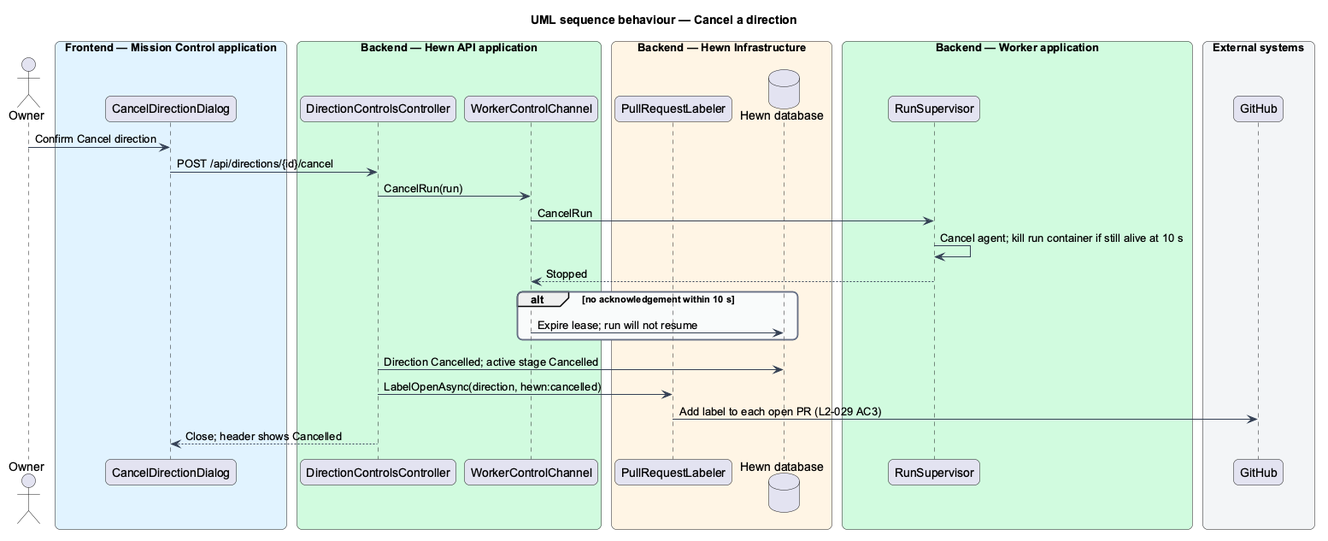
The PlantUML diagram docs/detailed-designs/pipeline/pause-resume-cancel-stop/diagrams/sequence-cancel.png in QuinntyneBrown/hewn, before a commit.
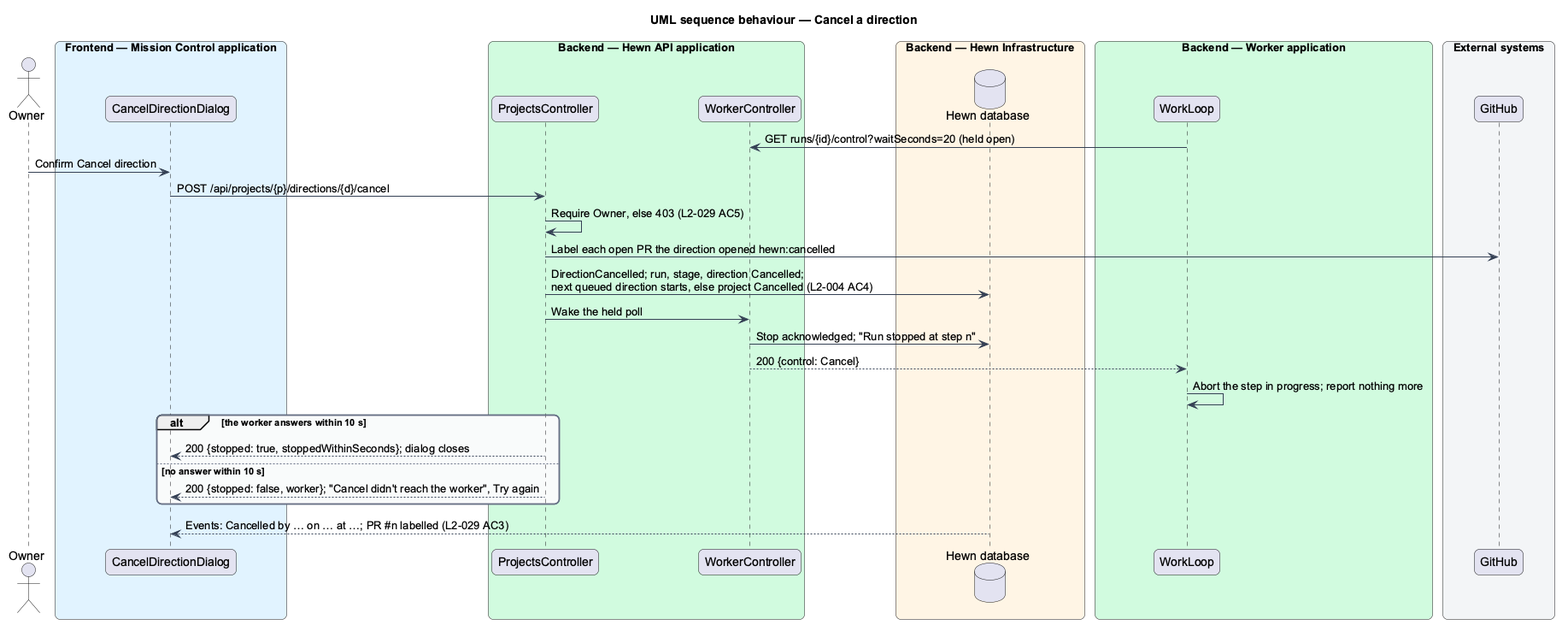
The same file after the commit.

The edit, as a diff of the source:
```diff
@@ -20,30 +20,32 @@
   participant "CancelDirectionDialog" as dlg
 end box
 box "Backend — Hewn API application" #D1FADF
-  participant "DirectionControlsController" as dc
-  participant "WorkerControlChannel" as chan
+  participant "ProjectsController" as dc
+  participant "WorkerController" as wc
 end box
 box "Backend — Hewn Infrastructure" #FFF4E5
-  participant "PullRequestLabeler" as labeler
   database "Hewn database" as db
 end box
 box "Backend — Worker application" #D1FADF
-  participant "RunSupervisor" as sup
+  participant "WorkLoop" as loop
 end box
 box "External systems" #F2F4F7
   participant "GitHub" as gh
 end box
+loop -> wc : GET runs/{id}/control?waitSeconds=20 (held open)
 owner -> dlg : Confirm Cancel direction
-dlg -> dc : POST /api/directions/{id}/cancel
-dc -> chan : CancelRun(run)
-chan -> sup : CancelRun
-sup -> sup : Cancel agent; kill run container if still alive at 10 s
-sup --> chan : Stopped
-alt no acknowledgement within 10 s
-  chan -> db : Expire lease; run will not resume
+dlg -> dc : POST /api/projects/{p}/directions/{d}/cancel
+dc -> dc : Require Owner, else 403 (L2-029 AC5)
+dc -> gh : Label each open PR the direction opened hewn:cancelled
+dc -> db : DirectionCancelled; run, stage, direction Cancelled;\nnext queued direction starts, else project Cancelled (L2-004 AC4)
+dc -> wc : Wake the held poll
+wc -> db : Stop acknowledged; "Run stopped at step n"
+wc --> loop : 200 {control: Cancel}
+loop -> loop : Abort the step in progress; report nothing more
+alt the worker answers within 10 s
+  dc --> dlg : 200 {stopped: true, stoppedWithinSeconds}; dialog closes
+else no answer within 10 s
+  dc --> dlg : 200 {stopped: false, worker}; "Cancel didn't reach the worker", Try again
 end
-dc -> db : Direction Cancelled; active stage Cancelled
-dc -> labeler : LabelOpenAsync(direction, hewn:cancelled)
-labeler -> gh : Add label to each open PR (L2-029 AC3)
-dc --> dlg : Close; header shows Cancelled
+db --> dlg : Events: Cancelled by … on … at …; PR #n labelled (L2-029 AC3)
 @enduml
```
